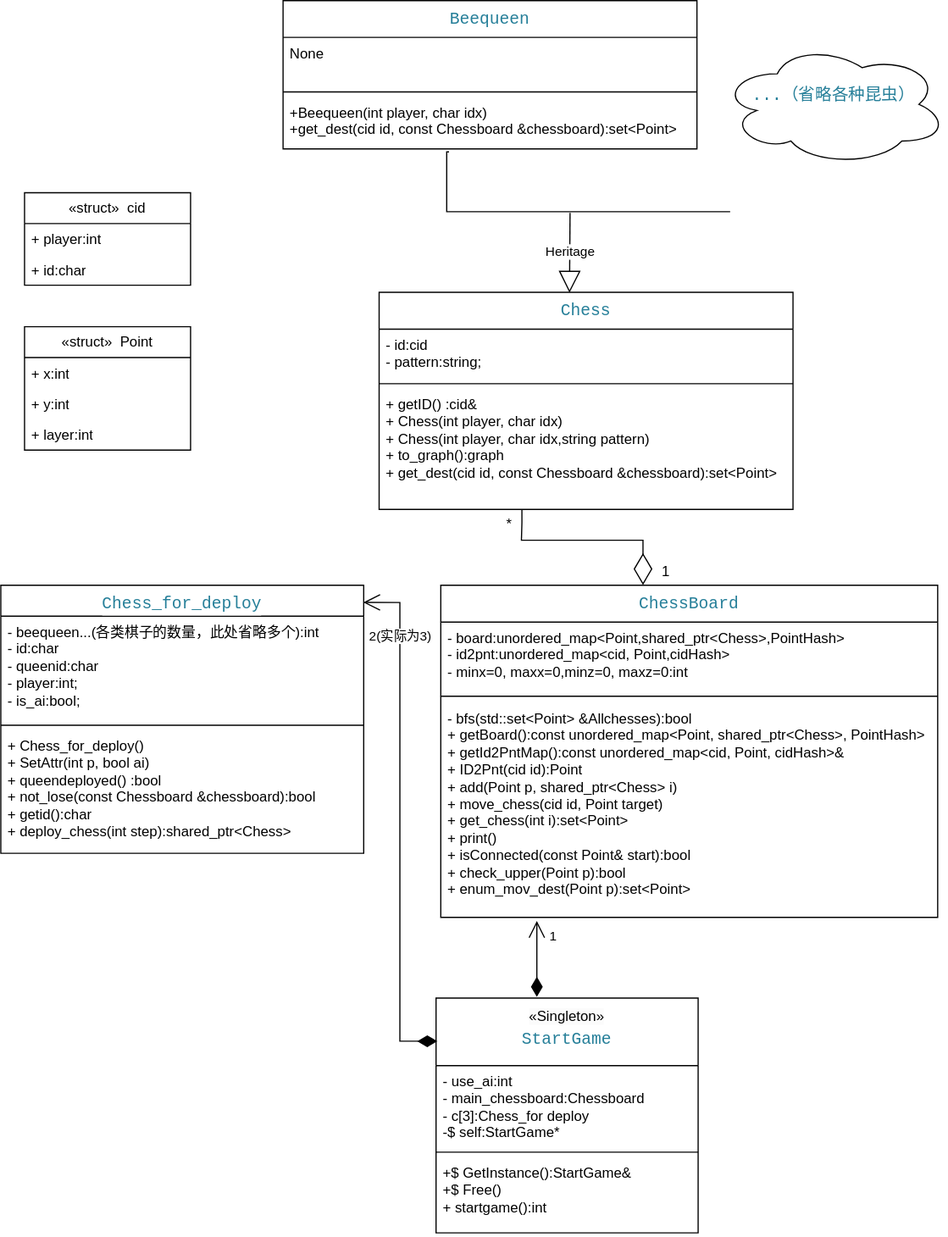
Before: UML.svg, a diagram exported from draw.io (LO02-1112/hivegame). Source tidied: cells renumbered, new cells last; positions are measured from the earlier drawing's top-left corner, leaving out a move shared by most shapes.
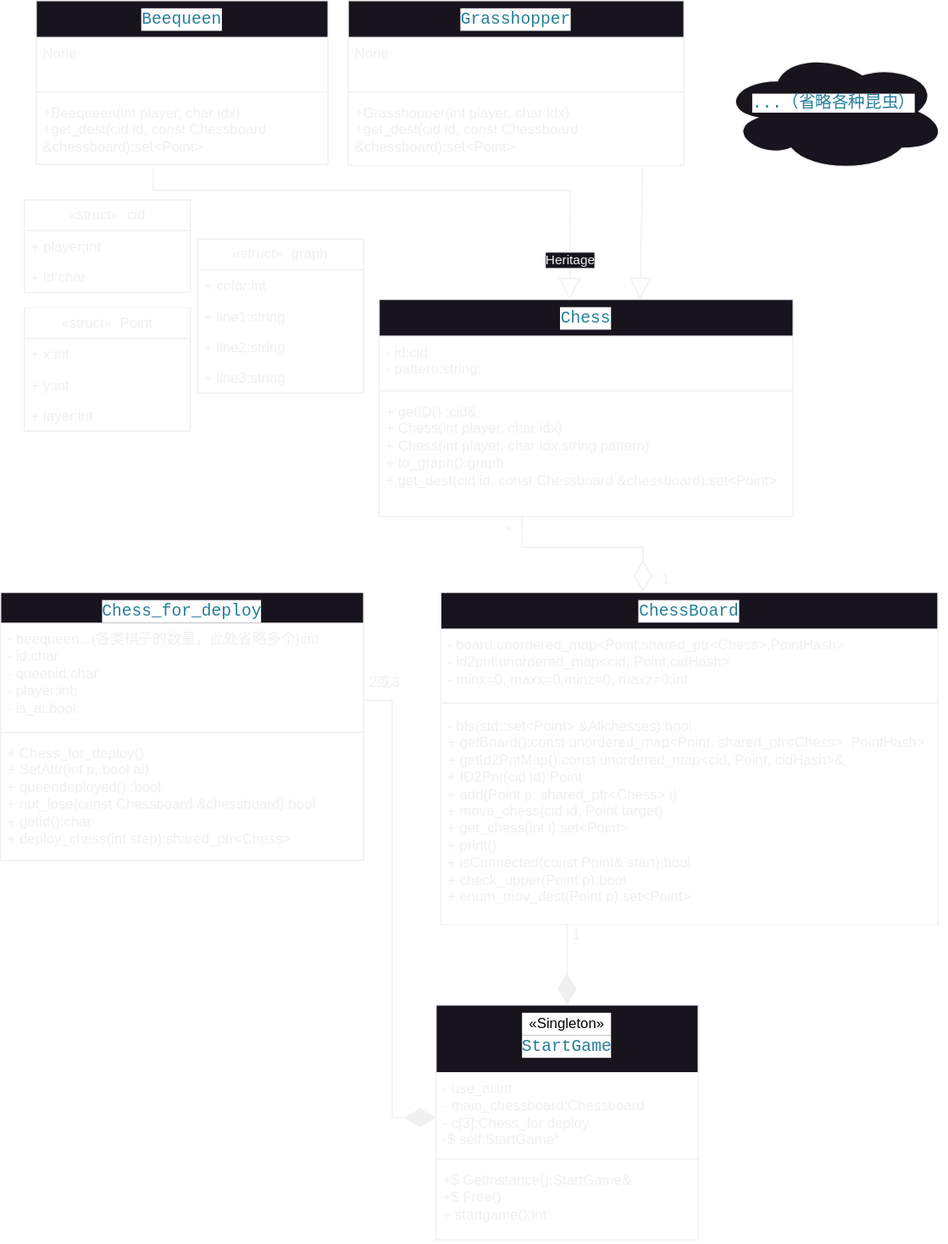
After the change.

Change to the diagram source:
```diff
@@ -26,9 +26,6 @@
     <mxCell id="9" value="&lt;div&gt;+ Chess_for_deploy()&lt;/div&gt;&lt;div&gt;+ SetAttr(int p, bool ai)&lt;/div&gt;&lt;div&gt;+ queendeployed() :bool&lt;/div&gt;&lt;div&gt;+ not_lose(const Chessboard &amp;amp;chessboard):bool&lt;/div&gt;&lt;div&gt;+ getid():char&lt;/div&gt;&lt;div&gt;+ deploy_chess(int step):&lt;span style=&quot;background-color: initial;&quot;&gt;shared_ptr&amp;lt;Chess&amp;gt;&lt;/span&gt;&lt;/div&gt;" style="text;strokeColor=none;fillColor=none;align=left;verticalAlign=top;spacingLeft=4;spacingRight=4;overflow=hidden;whiteSpace=wrap;html=1;" parent="6" vertex="1">
       <mxGeometry y="122" width="306" height="104" as="geometry" />
     </mxCell>
-    <mxCell id="10" value="2(实际为3)" style="endArrow=open;html=1;endSize=12;startArrow=diamondThin;startSize=14;startFill=1;edgeStyle=orthogonalEdgeStyle;align=left;verticalAlign=bottom;rounded=0;exitX=0.005;exitY=0.184;exitDx=0;exitDy=0;exitPerimeter=0;entryX=0.999;entryY=0.064;entryDx=0;entryDy=0;entryPerimeter=0;" parent="1" edge="1" source="2" target="6">
-      <mxGeometry x="0.68" y="28" relative="1" as="geometry" />
-    </mxCell>
     <mxCell id="11" value="&lt;div style=&quot;color: #3b3b3b;background-color: #ffffff;font-family: Consolas, 'Courier New', monospace;font-weight: normal;font-size: 14px;line-height: 19px;white-space: pre;&quot;&gt;&lt;span style=&quot;color: #267f99;&quot;&gt;Chess&lt;/span&gt;&lt;/div&gt;" style="swimlane;fontStyle=1;align=center;verticalAlign=top;horizontal=1;startSize=31;whiteSpace=wrap;html=1;" parent="1" vertex="1">
       <mxGeometry x="319" y="246" width="349" height="183" as="geometry" />
     </mxCell>
@@ -42,16 +39,16 @@
       <mxGeometry y="81" width="349" height="102" as="geometry" />
     </mxCell>
     <mxCell id="15" value="&lt;div style=&quot;color: #3b3b3b;background-color: #ffffff;font-family: Consolas, 'Courier New', monospace;font-weight: normal;font-size: 14px;line-height: 19px;white-space: pre;&quot;&gt;&lt;span style=&quot;color: #267f99;&quot;&gt;Beequeen&lt;/span&gt;&lt;/div&gt;" style="swimlane;fontStyle=1;align=center;verticalAlign=top;horizontal=1;startSize=31;whiteSpace=wrap;html=1;" parent="1" vertex="1">
-      <mxGeometry x="238" width="349" height="125" as="geometry" />
+      <mxGeometry x="30" y="-6" width="246" height="138" as="geometry" />
     </mxCell>
     <mxCell id="16" value="&lt;div&gt;None&lt;/div&gt;" style="text;strokeColor=none;fillColor=none;align=left;verticalAlign=top;spacingLeft=4;spacingRight=4;overflow=hidden;whiteSpace=wrap;html=1;" parent="15" vertex="1">
-      <mxGeometry y="31" width="349" height="42" as="geometry" />
+      <mxGeometry y="31" width="246" height="42" as="geometry" />
     </mxCell>
     <mxCell id="17" style="line;strokeWidth=1;fillColor=none;align=left;verticalAlign=middle;spacingTop=-1;spacingLeft=3;spacingRight=3;labelPosition=right;strokeColor=inherit;" parent="15" vertex="1">
-      <mxGeometry y="73" width="349" height="8" as="geometry" />
+      <mxGeometry y="73" width="246" height="8" as="geometry" />
     </mxCell>
     <mxCell id="18" value="&lt;div&gt;+Beequeen(int player, char idx)&amp;nbsp;&lt;/div&gt;&lt;div&gt;+get_dest(cid id, const Chessboard &amp;amp;chessboard):&lt;span style=&quot;background-color: initial;&quot;&gt;set&amp;lt;Point&amp;gt;&lt;/span&gt;&lt;/div&gt;" style="text;strokeColor=none;fillColor=none;align=left;verticalAlign=top;spacingLeft=4;spacingRight=4;overflow=hidden;points=[[0,0.5],[1,0.5]];portConstraint=eastwest;whiteSpace=wrap;html=1;" parent="15" vertex="1">
-      <mxGeometry y="81" width="349" height="44" as="geometry" />
+      <mxGeometry y="81" width="246" height="57" as="geometry" />
     </mxCell>
     <mxCell id="19" value="Heritage" style="endArrow=block;endSize=16;endFill=0;html=1;rounded=0;entryX=0.46;entryY=0.002;entryDx=0;entryDy=0;entryPerimeter=0;" parent="1" edge="1" target="11">
       <mxGeometry relative="1" as="geometry">
@@ -60,11 +57,10 @@
     </mxCell>
     <mxCell id="20" style="endArrow=none;html=1;rounded=0;elbow=vertical;edgeStyle=orthogonalEdgeStyle;exitX=0.401;exitY=1.057;exitDx=0;exitDy=0;exitPerimeter=0;" parent="1" edge="1" source="18">
       <mxGeometry relative="1" as="geometry">
-        <mxPoint x="615" y="178" as="targetPoint" />
+        <mxPoint x="480" y="180" as="targetPoint" />
         <Array as="points">
-          <mxPoint x="376" y="128" />
-          <mxPoint x="376" y="178" />
-          <mxPoint x="426" y="178" />
+          <mxPoint x="129" y="154" />
+          <mxPoint x="480" y="154" />
         </Array>
       </mxGeometry>
     </mxCell>
@@ -92,12 +88,6 @@
         </Array>
       </mxGeometry>
     </mxCell>
-    <mxCell id="27" value="1" style="endArrow=open;html=1;endSize=12;startArrow=diamondThin;startSize=14;startFill=1;edgeStyle=orthogonalEdgeStyle;align=left;verticalAlign=bottom;rounded=0;elbow=vertical;" parent="1" edge="1">
-      <mxGeometry x="0.31" y="-9" relative="1" as="geometry">
-        <mxPoint x="452" y="840" as="sourcePoint" />
-        <mxPoint x="452" y="776" as="targetPoint" />
-      </mxGeometry>
-    </mxCell>
     <mxCell id="28" value="*" style="text;strokeColor=none;align=center;fillColor=none;html=1;verticalAlign=middle;whiteSpace=wrap;rounded=0;" parent="1" vertex="1">
       <mxGeometry x="414" y="433" width="30" height="18" as="geometry" />
     </mxCell>
@@ -105,7 +95,7 @@
       <mxGeometry x="546" y="473" width="30" height="18" as="geometry" />
     </mxCell>
     <mxCell id="30" value="«struct»&amp;nbsp; Point" style="swimlane;fontStyle=0;horizontal=1;startSize=26;fillColor=none;whiteSpace=wrap;html=1;" parent="1" vertex="1">
-      <mxGeometry x="20" y="275" width="140" height="104" as="geometry" />
+      <mxGeometry x="20" y="253" width="140" height="104" as="geometry" />
     </mxCell>
     <mxCell id="31" value="+ x:int" style="text;strokeColor=none;fillColor=none;align=left;verticalAlign=top;spacingLeft=4;spacingRight=4;overflow=hidden;whiteSpace=wrap;html=1;" parent="30" vertex="1">
       <mxGeometry y="26" width="140" height="26" as="geometry" />
@@ -125,5 +115,64 @@
     <mxCell id="36" value="+ id:char" style="text;strokeColor=none;fillColor=none;align=left;verticalAlign=top;spacingLeft=4;spacingRight=4;overflow=hidden;whiteSpace=wrap;html=1;" parent="34" vertex="1">
       <mxGeometry y="52" width="140" height="26" as="geometry" />
     </mxCell>
+    <mxCell id="37" value="&lt;div style=&quot;color: #3b3b3b;background-color: #ffffff;font-family: Consolas, 'Courier New', monospace;font-weight: normal;font-size: 14px;line-height: 19px;white-space: pre;&quot;&gt;&lt;span style=&quot;color: #267f99;&quot;&gt;Grasshopper&lt;/span&gt;&lt;/div&gt;" style="swimlane;fontStyle=1;align=center;verticalAlign=top;horizontal=1;startSize=31;whiteSpace=wrap;html=1;" parent="1" vertex="1">
+      <mxGeometry x="293" y="-6" width="283" height="139" as="geometry" />
+    </mxCell>
+    <mxCell id="38" value="&lt;div&gt;None&lt;/div&gt;" style="text;strokeColor=none;fillColor=none;align=left;verticalAlign=top;spacingLeft=4;spacingRight=4;overflow=hidden;whiteSpace=wrap;html=1;" parent="37" vertex="1">
+      <mxGeometry y="31" width="283" height="42" as="geometry" />
+    </mxCell>
+    <mxCell id="39" style="line;strokeWidth=1;fillColor=none;align=left;verticalAlign=middle;spacingTop=-1;spacingLeft=3;spacingRight=3;labelPosition=right;strokeColor=inherit;" parent="37" vertex="1">
+      <mxGeometry y="73" width="283" height="8" as="geometry" />
+    </mxCell>
+    <mxCell id="40" value="&lt;div&gt;+Grasshopper(int player, char idx)&amp;nbsp;&lt;/div&gt;&lt;div&gt;+get_dest(cid id, const Chessboard &amp;amp;chessboard):&lt;span style=&quot;background-color: initial;&quot;&gt;set&amp;lt;Point&amp;gt;&lt;/span&gt;&lt;/div&gt;" style="text;strokeColor=none;fillColor=none;align=left;verticalAlign=top;spacingLeft=4;spacingRight=4;overflow=hidden;whiteSpace=wrap;html=1;" parent="37" vertex="1">
+      <mxGeometry y="81" width="283" height="58" as="geometry" />
+    </mxCell>
+    <mxCell id="41" style="endArrow=block;endSize=16;endFill=0;html=1;rounded=0;entryX=0.46;entryY=0.002;entryDx=0;entryDy=0;entryPerimeter=0;" parent="1" edge="1">
+      <mxGeometry relative="1" as="geometry">
+        <mxPoint x="541" y="136" as="sourcePoint" />
+        <mxPoint x="539" y="246" as="targetPoint" />
+      </mxGeometry>
+    </mxCell>
+    <mxCell id="42" style="endArrow=diamondThin;endFill=1;endSize=24;html=1;rounded=0;entryX=0.5;entryY=0;entryDx=0;entryDy=0;exitX=0.254;exitY=1.003;exitDx=0;exitDy=0;exitPerimeter=0;edgeStyle=orthogonalEdgeStyle;" parent="1" edge="1" source="25" target="2">
+      <mxGeometry relative="1" as="geometry" />
+    </mxCell>
+    <mxCell id="27" value="1" style="text;strokeColor=none;align=center;fillColor=none;html=1;verticalAlign=middle;whiteSpace=wrap;rounded=0;" parent="1" vertex="1">
+      <mxGeometry x="456" y="767" width="60" height="30" as="geometry" />
+    </mxCell>
+    <mxCell id="43" style="endArrow=diamondThin;endFill=1;endSize=24;html=1;rounded=0;" parent="1" edge="1">
+      <mxGeometry relative="1" as="geometry">
+        <mxPoint x="331" y="936" as="sourcePoint" />
+        <mxPoint x="367" y="936" as="targetPoint" />
+      </mxGeometry>
+    </mxCell>
+    <mxCell id="44" style="endArrow=none;html=1;rounded=0;edgeStyle=orthogonalEdgeStyle;entryX=1;entryY=0.74;entryDx=0;entryDy=0;entryPerimeter=0;" parent="1" edge="1" target="7">
+      <mxGeometry relative="1" as="geometry">
+        <mxPoint x="331" y="935" as="sourcePoint" />
+        <Array as="points">
+          <mxPoint x="331" y="936" />
+          <mxPoint x="330" y="936" />
+          <mxPoint x="330" y="584" />
+          <mxPoint x="309" y="584" />
+        </Array>
+      </mxGeometry>
+    </mxCell>
+    <mxCell id="45" value="2或3" style="text;strokeColor=none;align=center;fillColor=none;html=1;verticalAlign=middle;whiteSpace=wrap;rounded=0;" parent="1" vertex="1">
+      <mxGeometry x="309" y="560" width="30" height="18" as="geometry" />
+    </mxCell>
+    <mxCell id="46" value="«struct»&amp;nbsp; graph" style="swimlane;fontStyle=0;horizontal=1;startSize=26;fillColor=none;whiteSpace=wrap;html=1;" parent="1" vertex="1">
+      <mxGeometry x="166" y="195" width="140" height="130" as="geometry" />
+    </mxCell>
+    <mxCell id="47" value="+ color:int" style="text;strokeColor=none;fillColor=none;align=left;verticalAlign=top;spacingLeft=4;spacingRight=4;overflow=hidden;whiteSpace=wrap;html=1;" parent="46" vertex="1">
+      <mxGeometry y="26" width="140" height="26" as="geometry" />
+    </mxCell>
+    <mxCell id="48" value="+ line1:string" style="text;strokeColor=none;fillColor=none;align=left;verticalAlign=top;spacingLeft=4;spacingRight=4;overflow=hidden;whiteSpace=wrap;html=1;" parent="46" vertex="1">
+      <mxGeometry y="52" width="140" height="26" as="geometry" />
+    </mxCell>
+    <mxCell id="49" value="+ line2:string" style="text;strokeColor=none;fillColor=none;align=left;verticalAlign=top;spacingLeft=4;spacingRight=4;overflow=hidden;whiteSpace=wrap;html=1;" parent="46" vertex="1">
+      <mxGeometry y="78" width="140" height="26" as="geometry" />
+    </mxCell>
+    <mxCell id="50" value="+ line3:string" style="text;strokeColor=none;fillColor=none;align=left;verticalAlign=top;spacingLeft=4;spacingRight=4;overflow=hidden;whiteSpace=wrap;html=1;" parent="46" vertex="1">
+      <mxGeometry y="104" width="140" height="26" as="geometry" />
+    </mxCell>
   </root>
 </mxGraphModel>
```
